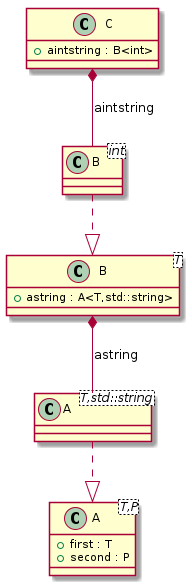
Before: docs/test_cases/t00010_class.png, a diagram exported from PlantUML (bkryza/clang-uml).
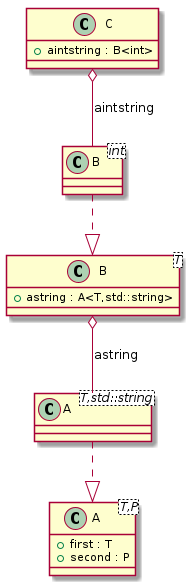
After the commit.

Change to the diagram source:
```diff
@@ -21,7 +21,7 @@
 class C_0000000113 {
 +astring : A<T,std::string>
 }
-C_0000000113 *-- C_0000000114 : astring
+C_0000000113 o-- C_0000000114 : astring
 
 class C_0000000118 {
 }
@@ -30,6 +30,6 @@
 class C_0000000117 {
 +aintstring : B<int>
 }
-C_0000000117 *-- C_0000000118 : aintstring
+C_0000000117 o-- C_0000000118 : aintstring
 
 @enduml
```
